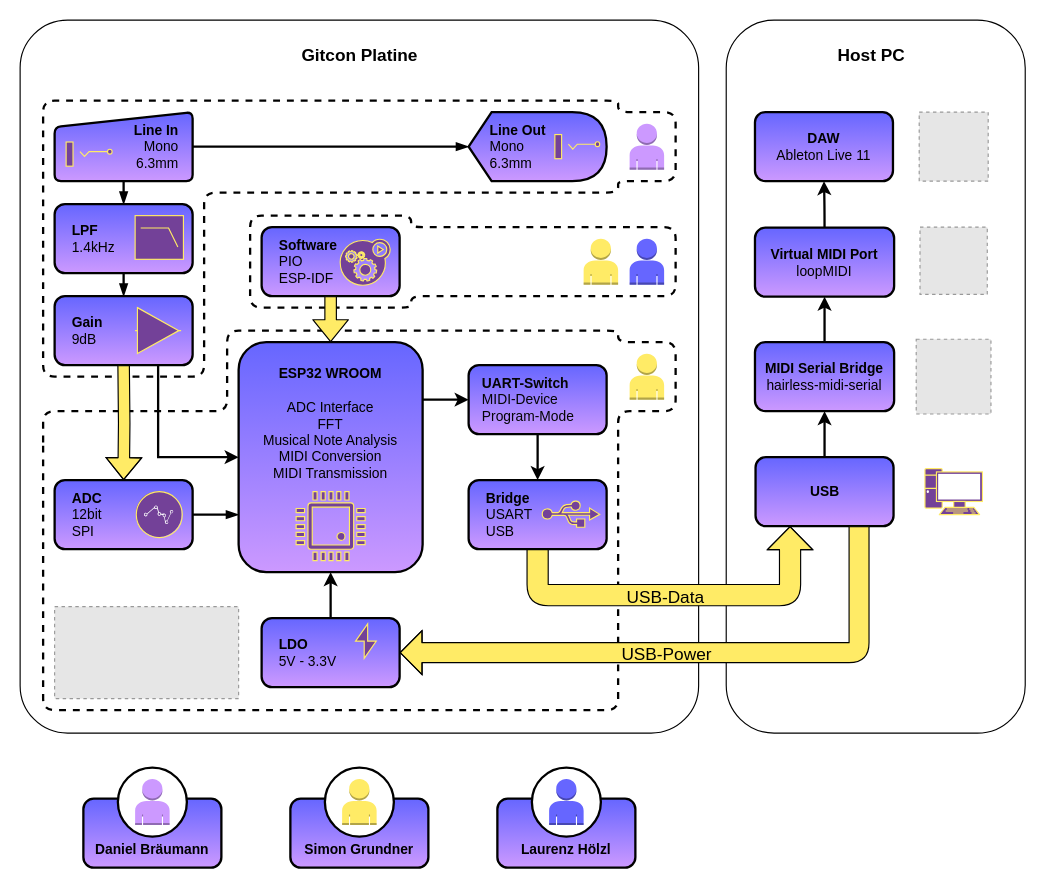
The draw.io diagram documentation/drawio/BSB-light.drawio in s-grundner/MTAP-MIDI-Guitar-Converter, before the edit. Source tidied: cells renumbered, new cells numbered last; positions are measured from the earlier drawing's top-left corner, leaving out a move shared by most shapes. Both pictures are drawn from the tidied source at 115%, with x=0, y=0 at pixel (20, 20). Pictures stored in the file or linked from it are replaced by grey dashed boxes.
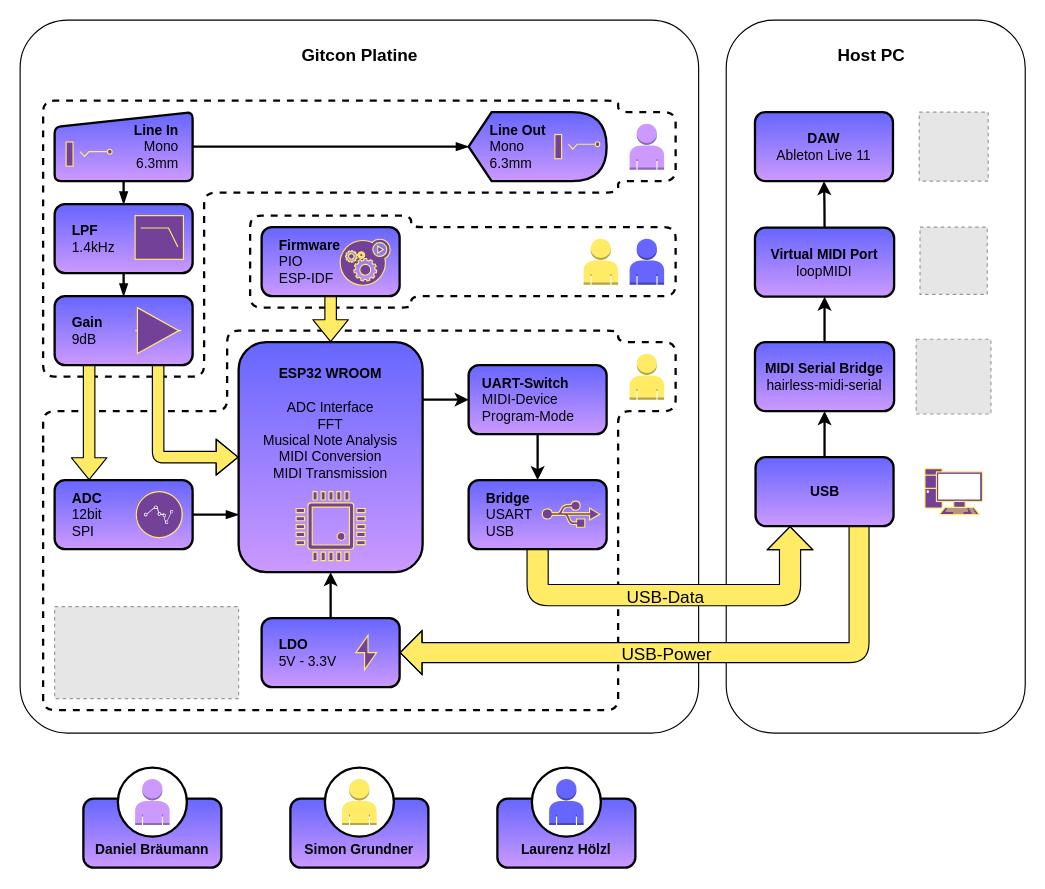
The same diagram, later.

The change refers to these unchanged cells:
```xml
<mxCell id="5" value="&amp;nbsp; &amp;nbsp; &lt;b&gt;ADC&lt;br&gt;&lt;/b&gt;&lt;span&gt;&amp;nbsp; &amp;nbsp; 12bit&lt;br&gt;&lt;/span&gt;&lt;b&gt;&amp;nbsp; &amp;nbsp; &lt;/b&gt;SPI" style="rounded=1;whiteSpace=wrap;html=1;shadow=0;glass=0;sketch=0;strokeWidth=2;align=left;fillColor=#6666FF;gradientColor=#CC99FF;" parent="1" vertex="1">
  <mxGeometry x="30" y="400" width="120" height="60" as="geometry" />
</mxCell>
<mxCell id="10" value="&lt;b&gt;&lt;br&gt;ESP32 WROOM&lt;/b&gt;&lt;br&gt;&lt;br&gt;ADC Interface&lt;br&gt;FFT&lt;br&gt;Musical Note Analysis&lt;br&gt;MIDI Conversion&lt;br&gt;MIDI Transmission" style="rounded=1;whiteSpace=wrap;html=1;glass=0;sketch=0;strokeWidth=2;verticalAlign=top;gradientColor=#CC99FF;fillColor=#6666FF;" parent="1" vertex="1">
  <mxGeometry x="190" y="280" width="160" height="200" as="geometry" />
</mxCell>
<mxCell id="22" value="&lt;b&gt;&amp;nbsp; &amp;nbsp; Gain&lt;br&gt;&amp;nbsp; &amp;nbsp; &lt;/b&gt;9dB" style="rounded=1;whiteSpace=wrap;html=1;shadow=0;glass=0;sketch=0;strokeColor=#000000;strokeWidth=2;fillColor=#6666FF;gradientColor=#CC99FF;align=left;" parent="1" vertex="1">
  <mxGeometry x="30" y="240" width="120" height="60" as="geometry" />
</mxCell>
```

Change to the diagram source:
```diff
@@
-    <mxCell id="21" style="edgeStyle=orthogonalEdgeStyle;rounded=0;jettySize=auto;html=1;exitX=0.75;exitY=1;exitDx=0;exitDy=0;entryX=0;entryY=0.5;entryDx=0;entryDy=0;strokeWidth=2;" parent="1" edge="1" source="22" target="10">
-      <mxGeometry relative="1" as="geometry" />
-    </mxCell>
@@
-    <mxCell id="26" value="&lt;b&gt;&amp;nbsp; &amp;nbsp; Software&lt;br&gt;&amp;nbsp; &amp;nbsp; &lt;/b&gt;PIO&lt;br&gt;&amp;nbsp; &amp;nbsp; ESP-IDF" style="rounded=1;whiteSpace=wrap;html=1;shadow=0;glass=0;sketch=0;strokeColor=#000000;strokeWidth=2;fillColor=#6666FF;gradientColor=#CC99FF;align=left;" parent="1" vertex="1">
+    <mxCell id="26" value="&lt;b&gt;&amp;nbsp; &amp;nbsp; Firmware&lt;br&gt;&amp;nbsp; &amp;nbsp; &lt;/b&gt;PIO&lt;br&gt;&amp;nbsp; &amp;nbsp; ESP-IDF" style="rounded=1;whiteSpace=wrap;html=1;shadow=0;glass=0;sketch=0;strokeColor=#000000;strokeWidth=2;fillColor=#6666FF;gradientColor=#CC99FF;align=left;" parent="1" vertex="1">
       <mxGeometry x="210" y="180" width="120" height="60" as="geometry" />
     </mxCell>
@@
     <mxCell id="34" style="html=1;verticalLabelPosition=bottom;align=center;labelBackgroundColor=#ffffff;verticalAlign=top;strokeWidth=1;strokeColor=#FFEB66;shadow=0;dashed=0;shape=mxgraph.ios7.icons.flash;rounded=1;glass=0;sketch=0;fontColor=#FFEB66;fillColor=#734198;gradientColor=none;" parent="1" vertex="1">
-      <mxGeometry x="291.7" y="525" width="18" height="30" as="geometry" />
+      <mxGeometry x="292" y="535" width="18" height="30" as="geometry" />
     </mxCell>
@@
-    <mxCell id="49" style="edgeStyle=orthogonalEdgeStyle;rounded=1;jettySize=auto;html=1;entryX=0.5;entryY=0;entryDx=0;entryDy=0;strokeColor=default;strokeWidth=1;fontColor=default;endArrow=blockThin;endFill=1;fillColor=#FFEB66;shape=flexArrow;" parent="1" edge="1" target="5">
-      <mxGeometry relative="1" as="geometry">
-        <mxPoint x="90" y="300" as="sourcePoint" />
-      </mxGeometry>
+    <mxCell id="49" style="edgeStyle=orthogonalEdgeStyle;rounded=1;jettySize=auto;html=1;entryX=0.25;entryY=0;entryDx=0;entryDy=0;strokeColor=default;strokeWidth=1;fontColor=default;endArrow=blockThin;endFill=1;fillColor=#FFEB66;shape=flexArrow;exitX=0.25;exitY=1;exitDx=0;exitDy=0;" parent="1" edge="1" source="22" target="5">
+      <mxGeometry relative="1" as="geometry" />
     </mxCell>
@@
+    <mxCell id="21" style="edgeStyle=orthogonalEdgeStyle;rounded=1;jettySize=auto;html=1;entryX=0;entryY=0.5;entryDx=0;entryDy=0;strokeColor=default;strokeWidth=1;fontColor=default;endArrow=blockThin;endFill=1;fillColor=#FFEB66;shape=flexArrow;exitX=0.75;exitY=1;exitDx=0;exitDy=0;" parent="1" edge="1" source="22" target="10">
+      <mxGeometry relative="1" as="geometry" />
+    </mxCell>
```
